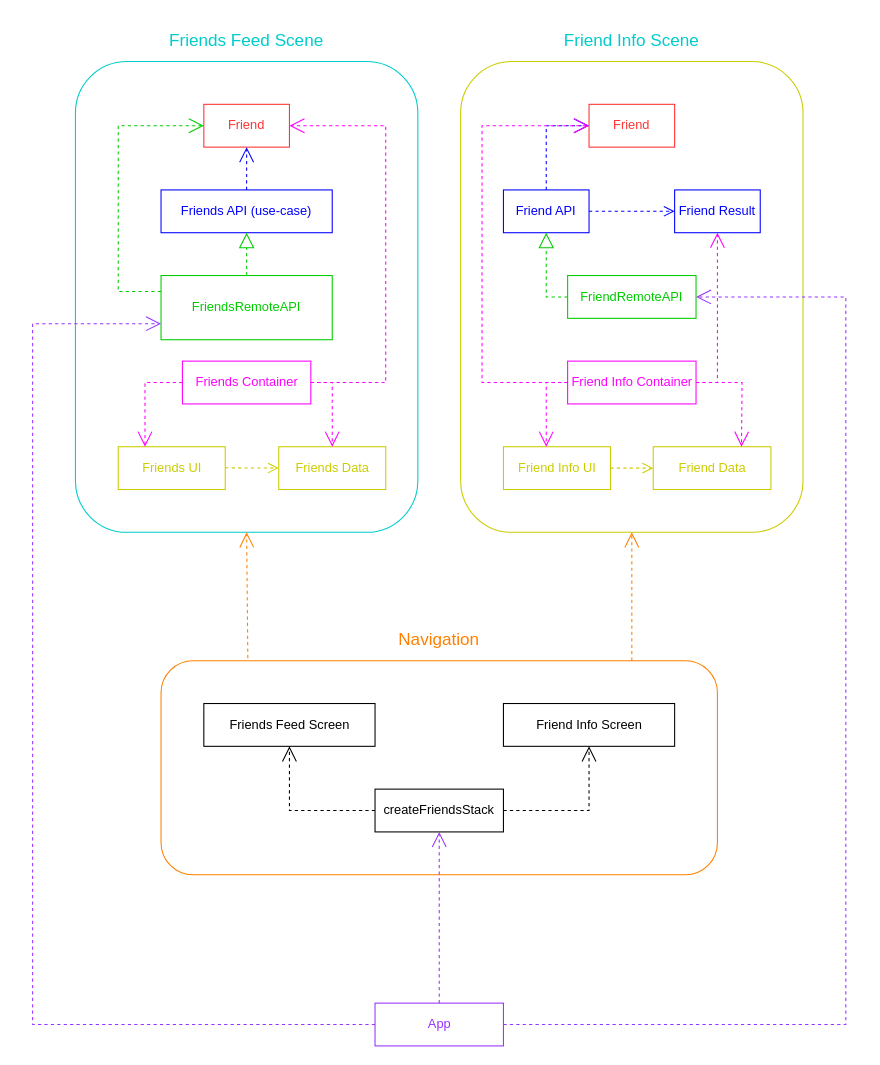
DnEgorWeb/Friends keeps this draw.io diagram as app-diagram.drawio. Above is the earlier version. Source tidied: cells renumbered, new cells numbered last; positions are measured from the earlier drawing's top-left corner, leaving out a move shared by most shapes. Both pictures are drawn from the tidied source at 107%, with x=0, y=0 at pixel (32, 18).
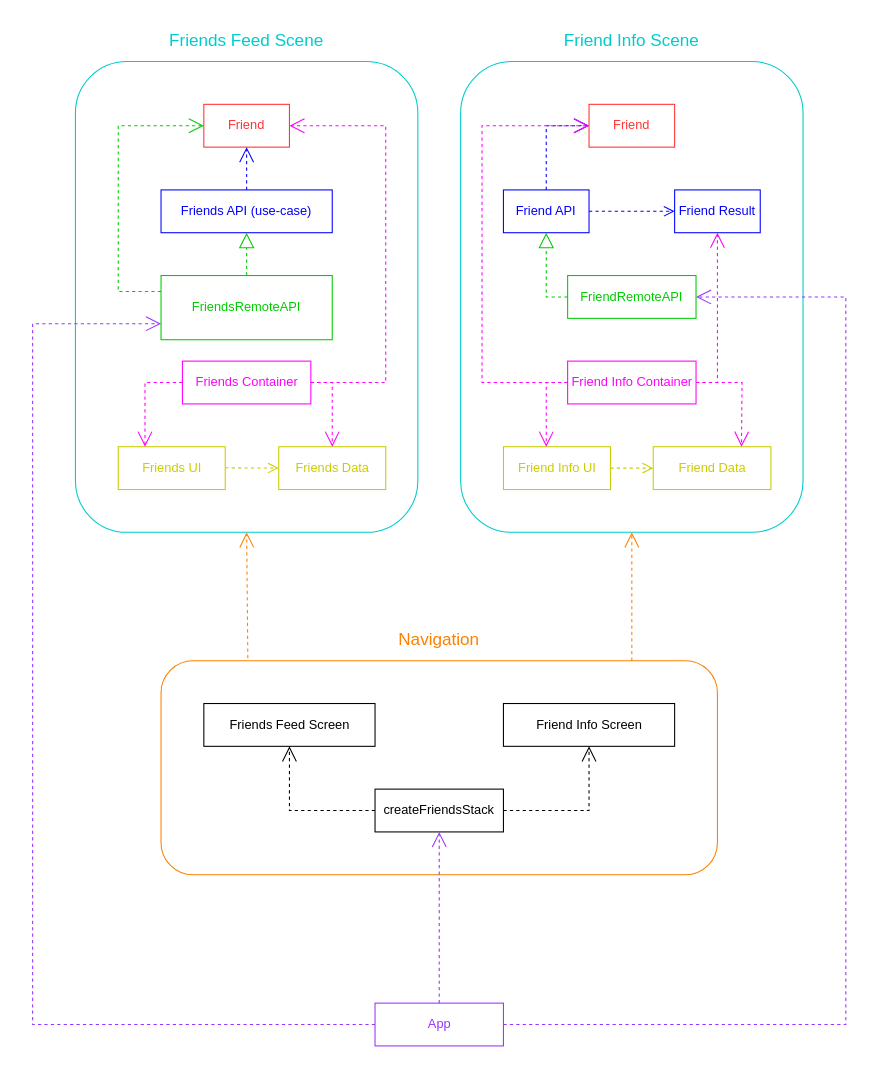
The same page after the edit.

The edit, as a diff of the source:
```diff
@@
-    <mxCell id="18" style="rounded=1;whiteSpace=wrap;html=1;fontColor=#00CCCC;strokeColor=#CCCC00;" parent="1" vertex="1">
+    <mxCell id="18" style="rounded=1;whiteSpace=wrap;html=1;fontColor=#00CCCC;strokeColor=#00CCCC;" parent="1" vertex="1">
       <mxGeometry x="400" y="40" width="320" height="440" as="geometry" />
     </mxCell>
```
